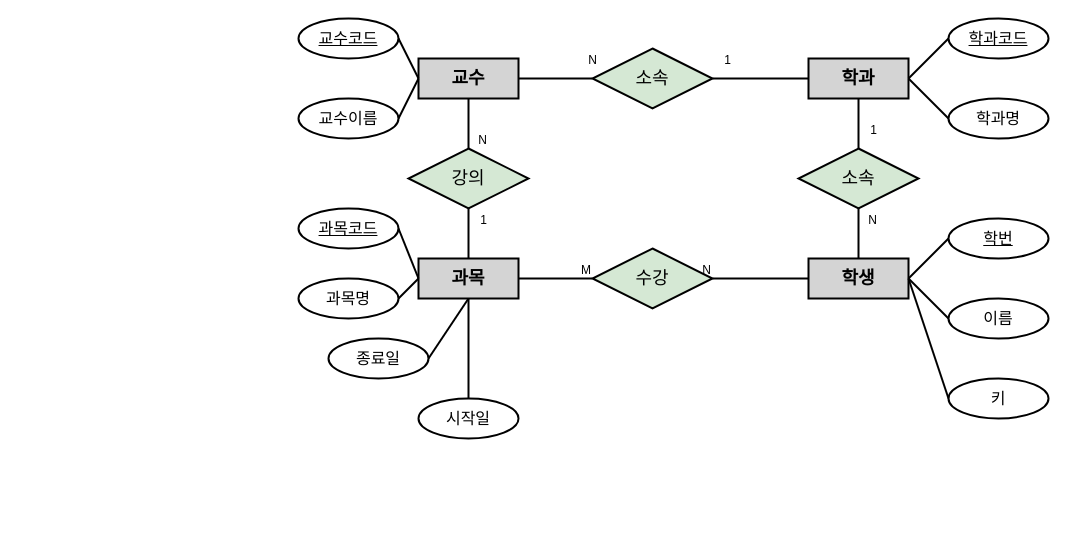
This is haksa.drawio from Sun-Rang/Study_MySQL, a draw.io file, before an edit. Source tidied: cells renumbered, new cells numbered last; positions are measured from the earlier drawing's top-left corner, leaving out a move shared by most shapes. Both pictures are drawn from the tidied source at 100%, with x=0, y=0 at pixel (298, 18).
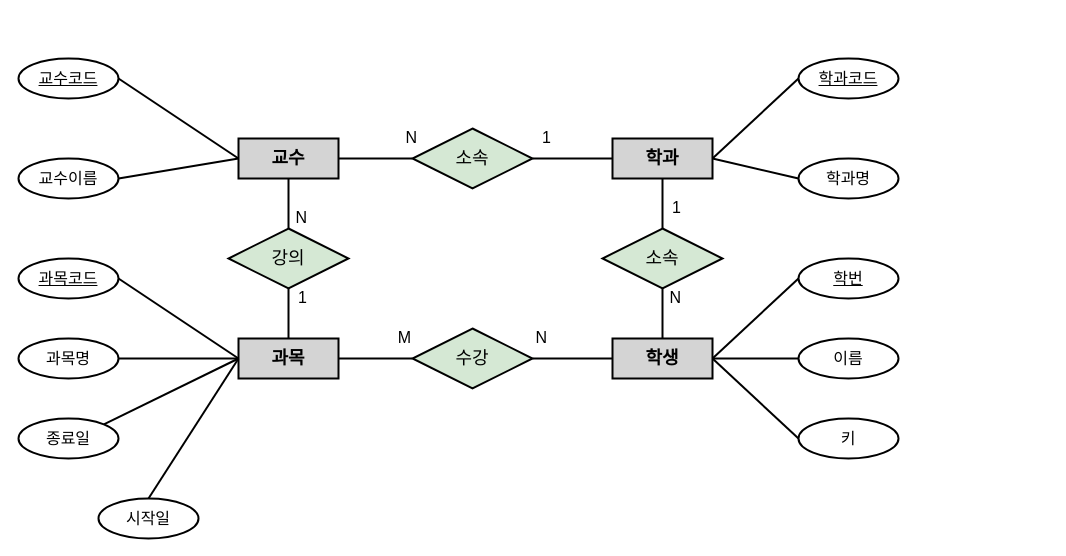
After the change.

The change refers to these unchanged cells:
```xml
<mxCell id="22" style="endArrow=none;html=1;rounded=0;exitX=1;exitY=0.5;exitDx=0;exitDy=0;entryX=0;entryY=0.5;entryDx=0;entryDy=0;strokeWidth=2;" parent="1" edge="1" source="6" target="11">
  <mxGeometry relative="1" as="geometry" />
</mxCell>
<mxCell id="24" style="endArrow=none;html=1;rounded=0;exitX=0;exitY=0.5;exitDx=0;exitDy=0;entryX=1;entryY=0.5;entryDx=0;entryDy=0;strokeWidth=2;" parent="1" edge="1" source="16" target="11">
  <mxGeometry relative="1" as="geometry" />
</mxCell>
<mxCell id="26" style="endArrow=none;html=1;rounded=0;exitX=0.5;exitY=1;exitDx=0;exitDy=0;entryX=0.5;entryY=0;entryDx=0;entryDy=0;strokeWidth=2;" parent="1" edge="1" source="2" target="5">
  <mxGeometry relative="1" as="geometry" />
</mxCell>
<mxCell id="28" style="endArrow=none;html=1;rounded=0;exitX=0.5;exitY=0;exitDx=0;exitDy=0;strokeWidth=2;" parent="1" edge="1" source="6" target="5">
  <mxGeometry relative="1" as="geometry" />
</mxCell>
<mxCell id="30" style="endArrow=none;html=1;rounded=0;entryX=0;entryY=0.5;entryDx=0;entryDy=0;exitX=1;exitY=0.5;exitDx=0;exitDy=0;strokeWidth=2;" parent="1" edge="1" source="2" target="12">
  <mxGeometry relative="1" as="geometry" />
</mxCell>
<mxCell id="32" style="endArrow=none;html=1;rounded=0;exitX=0;exitY=0.5;exitDx=0;exitDy=0;entryX=1;entryY=0.5;entryDx=0;entryDy=0;strokeWidth=2;" parent="1" edge="1" source="15" target="12">
  <mxGeometry relative="1" as="geometry" />
</mxCell>
<mxCell id="34" style="endArrow=none;html=1;rounded=0;exitX=0.5;exitY=1;exitDx=0;exitDy=0;entryX=0.5;entryY=0;entryDx=0;entryDy=0;strokeWidth=2;" parent="1" edge="1" source="15" target="14">
  <mxGeometry relative="1" as="geometry" />
</mxCell>
<mxCell id="36" style="endArrow=none;html=1;rounded=0;entryX=0.5;entryY=1;entryDx=0;entryDy=0;exitX=0.5;exitY=0;exitDx=0;exitDy=0;strokeWidth=2;" parent="1" edge="1" source="16" target="14">
  <mxGeometry relative="1" as="geometry" />
</mxCell>
```

Change to the diagram source:
```diff
@@
     <mxCell id="2" value="교수" style="whiteSpace=wrap;html=1;align=center;fontSize=18;fillColor=#D4D4D4;strokeWidth=2;fontStyle=1;" parent="1" vertex="1">
-      <mxGeometry x="120" y="40" width="100" height="40" as="geometry" />
+      <mxGeometry x="-60" y="120" width="100" height="40" as="geometry" />
     </mxCell>
     <mxCell id="3" value="교수코드" style="ellipse;whiteSpace=wrap;html=1;align=center;fontStyle=4;fontSize=16;strokeWidth=2;" parent="1" vertex="1">
-      <mxGeometry width="100" height="40" as="geometry" />
+      <mxGeometry x="-280" y="40" width="100" height="40" as="geometry" />
     </mxCell>
     <mxCell id="4" value="교수이름" style="ellipse;whiteSpace=wrap;html=1;align=center;fontSize=16;strokeWidth=2;" parent="1" vertex="1">
-      <mxGeometry y="80" width="100" height="40" as="geometry" />
+      <mxGeometry x="-280" y="140" width="100" height="40" as="geometry" />
     </mxCell>
     <mxCell id="5" value="강의" style="shape=rhombus;perimeter=rhombusPerimeter;whiteSpace=wrap;html=1;align=center;fontSize=18;fillColor=#d5e8d4;strokeColor=#000000;strokeWidth=2;" parent="1" vertex="1">
-      <mxGeometry x="110" y="130" width="120" height="60" as="geometry" />
+      <mxGeometry x="-70" y="210" width="120" height="60" as="geometry" />
     </mxCell>
     <mxCell id="6" value="과목" style="whiteSpace=wrap;html=1;align=center;fontSize=18;fillColor=#D4D4D4;strokeWidth=2;fontStyle=1;" parent="1" vertex="1">
-      <mxGeometry x="120" y="240" width="100" height="40" as="geometry" />
+      <mxGeometry x="-60" y="320" width="100" height="40" as="geometry" />
     </mxCell>
     <mxCell id="7" value="과목코드" style="ellipse;whiteSpace=wrap;html=1;align=center;fontStyle=4;fontSize=16;strokeWidth=2;" parent="1" vertex="1">
-      <mxGeometry y="190" width="100" height="40" as="geometry" />
+      <mxGeometry x="-280" y="240" width="100" height="40" as="geometry" />
     </mxCell>
     <mxCell id="8" value="과목명" style="ellipse;whiteSpace=wrap;html=1;align=center;fontSize=16;strokeWidth=2;" parent="1" vertex="1">
-      <mxGeometry y="260" width="100" height="40" as="geometry" />
+      <mxGeometry x="-280" y="320" width="100" height="40" as="geometry" />
     </mxCell>
     <mxCell id="9" value="종료일" style="ellipse;whiteSpace=wrap;html=1;align=center;fontSize=16;strokeWidth=2;" parent="1" vertex="1">
-      <mxGeometry x="30" y="320" width="100" height="40" as="geometry" />
+      <mxGeometry x="-280" y="400" width="100" height="40" as="geometry" />
     </mxCell>
     <mxCell id="10" value="시작일" style="ellipse;whiteSpace=wrap;html=1;align=center;fontSize=16;strokeWidth=2;" parent="1" vertex="1">
-      <mxGeometry x="120" y="380" width="100" height="40" as="geometry" />
+      <mxGeometry x="-200" y="480" width="100" height="40" as="geometry" />
     </mxCell>
     <mxCell id="11" value="수강" style="shape=rhombus;perimeter=rhombusPerimeter;whiteSpace=wrap;html=1;align=center;fontSize=18;fillColor=#d5e8d4;strokeColor=#000000;strokeWidth=2;" parent="1" vertex="1">
-      <mxGeometry x="294" y="230" width="120" height="60" as="geometry" />
+      <mxGeometry x="114" y="310" width="120" height="60" as="geometry" />
     </mxCell>
     <mxCell id="12" value="소속" style="shape=rhombus;perimeter=rhombusPerimeter;whiteSpace=wrap;html=1;align=center;fontSize=18;fillColor=#d5e8d4;strokeColor=#000000;strokeWidth=2;" parent="1" vertex="1">
-      <mxGeometry x="294" y="30" width="120" height="60" as="geometry" />
+      <mxGeometry x="114" y="110" width="120" height="60" as="geometry" />
     </mxCell>
-    <mxCell id="13" style="edgeStyle=orthogonalEdgeStyle;rounded=0;jettySize=auto;html=1;" parent="1" edge="1" source="14">
-      <mxGeometry relative="1" as="geometry">
-        <mxPoint x="560" y="50" as="targetPoint" />
-      </mxGeometry>
-    </mxCell>
     <mxCell id="14" value="소속" style="shape=rhombus;perimeter=rhombusPerimeter;whiteSpace=wrap;html=1;align=center;fontSize=18;fillColor=#d5e8d4;strokeColor=#000000;strokeWidth=2;" parent="1" vertex="1">
-      <mxGeometry x="500" y="130" width="120" height="60" as="geometry" />
+      <mxGeometry x="304" y="210" width="120" height="60" as="geometry" />
     </mxCell>
     <mxCell id="15" value="학과" style="whiteSpace=wrap;html=1;align=center;fontSize=18;fillColor=#D4D4D4;strokeWidth=2;fontStyle=1;" parent="1" vertex="1">
-      <mxGeometry x="510" y="40" width="100" height="40" as="geometry" />
+      <mxGeometry x="314" y="120" width="100" height="40" as="geometry" />
     </mxCell>
     <mxCell id="16" value="학생" style="whiteSpace=wrap;html=1;align=center;fontSize=18;fillColor=#D4D4D4;strokeWidth=2;fontStyle=1;" parent="1" vertex="1">
-      <mxGeometry x="510" y="240" width="100" height="40" as="geometry" />
+      <mxGeometry x="314" y="320" width="100" height="40" as="geometry" />
     </mxCell>
     <mxCell id="17" value="학과코드" style="ellipse;whiteSpace=wrap;html=1;align=center;fontStyle=4;fontSize=16;strokeWidth=2;" parent="1" vertex="1">
-      <mxGeometry x="650" width="100" height="40" as="geometry" />
+      <mxGeometry x="500" y="40" width="100" height="40" as="geometry" />
     </mxCell>
     <mxCell id="18" value="학과명" style="ellipse;whiteSpace=wrap;html=1;align=center;fontSize=16;strokeWidth=2;" parent="1" vertex="1">
-      <mxGeometry x="650" y="80" width="100" height="40" as="geometry" />
+      <mxGeometry x="500" y="140" width="100" height="40" as="geometry" />
     </mxCell>
     <mxCell id="19" value="이름" style="ellipse;whiteSpace=wrap;html=1;align=center;fontSize=16;strokeWidth=2;" parent="1" vertex="1">
-      <mxGeometry x="650" y="280" width="100" height="40" as="geometry" />
+      <mxGeometry x="500" y="320" width="100" height="40" as="geometry" />
     </mxCell>
     <mxCell id="20" value="학번" style="ellipse;whiteSpace=wrap;html=1;align=center;fontStyle=4;fontSize=16;strokeWidth=2;" parent="1" vertex="1">
-      <mxGeometry x="650" y="200" width="100" height="40" as="geometry" />
+      <mxGeometry x="500" y="240" width="100" height="40" as="geometry" />
     </mxCell>
     <mxCell id="21" value="키" style="ellipse;whiteSpace=wrap;html=1;align=center;fontSize=16;strokeWidth=2;" parent="1" vertex="1">
-      <mxGeometry x="650" y="360" width="100" height="40" as="geometry" />
+      <mxGeometry x="500" y="400" width="100" height="40" as="geometry" />
     </mxCell>
@@
-    <mxCell id="23" value="M" style="html=1;whiteSpace=wrap;align=right;verticalAlign=bottom;" parent="22" vertex="1">
-      <mxGeometry x="1" relative="1" as="geometry" />
+    <mxCell id="23" value="M" style="html=1;whiteSpace=wrap;align=right;verticalAlign=bottom;fontSize=16;" parent="22" vertex="1">
+      <mxGeometry x="1" relative="1" as="geometry">
+        <mxPoint y="-10" as="offset" />
+      </mxGeometry>
     </mxCell>
@@
-    <mxCell id="25" value="N" style="html=1;whiteSpace=wrap;align=right;verticalAlign=bottom;" parent="24" vertex="1">
-      <mxGeometry x="1" relative="1" as="geometry" />
+    <mxCell id="25" value="N" style="html=1;whiteSpace=wrap;align=right;verticalAlign=bottom;fontSize=16;" parent="24" vertex="1">
+      <mxGeometry x="1" relative="1" as="geometry">
+        <mxPoint x="16" y="-10" as="offset" />
+      </mxGeometry>
     </mxCell>
@@
-    <mxCell id="27" value="N" style="html=1;whiteSpace=wrap;align=right;verticalAlign=bottom;" parent="26" vertex="1">
+    <mxCell id="27" value="N" style="html=1;whiteSpace=wrap;align=right;verticalAlign=bottom;fontSize=16;" parent="26" vertex="1">
       <mxGeometry x="1" relative="1" as="geometry">
         <mxPoint x="20" as="offset" />
       </mxGeometry>
     </mxCell>
@@
-    <mxCell id="29" value="1" style="html=1;whiteSpace=wrap;align=right;verticalAlign=bottom;" parent="28" vertex="1">
+    <mxCell id="29" value="1" style="html=1;whiteSpace=wrap;align=right;verticalAlign=bottom;fontSize=16;" parent="28" vertex="1">
       <mxGeometry x="1" relative="1" as="geometry">
         <mxPoint x="20" y="20" as="offset" />
       </mxGeometry>
     </mxCell>
@@
-    <mxCell id="31" value="N" style="html=1;whiteSpace=wrap;align=right;verticalAlign=bottom;" parent="30" vertex="1">
+    <mxCell id="31" value="N" style="html=1;whiteSpace=wrap;align=right;verticalAlign=bottom;fontSize=16;" parent="30" vertex="1">
       <mxGeometry x="1" relative="1" as="geometry">
         <mxPoint x="6" y="-10" as="offset" />
       </mxGeometry>
     </mxCell>
@@
-    <mxCell id="33" value="1" style="html=1;whiteSpace=wrap;align=right;verticalAlign=bottom;" parent="32" vertex="1">
+    <mxCell id="33" value="1" style="html=1;whiteSpace=wrap;align=right;verticalAlign=bottom;fontSize=16;" parent="32" vertex="1">
       <mxGeometry x="1" relative="1" as="geometry">
         <mxPoint x="20" y="-10" as="offset" />
       </mxGeometry>
     </mxCell>
@@
-    <mxCell id="35" value="1" style="html=1;whiteSpace=wrap;align=right;verticalAlign=bottom;" parent="34" vertex="1">
+    <mxCell id="35" value="1" style="html=1;whiteSpace=wrap;align=right;verticalAlign=bottom;fontSize=16;" parent="34" vertex="1">
       <mxGeometry x="1" relative="1" as="geometry">
         <mxPoint x="20" y="-10" as="offset" />
       </mxGeometry>
     </mxCell>
@@
-    <mxCell id="37" value="N" style="html=1;whiteSpace=wrap;align=right;verticalAlign=bottom;" parent="36" vertex="1">
+    <mxCell id="37" value="N" style="html=1;whiteSpace=wrap;align=right;verticalAlign=bottom;fontSize=16;" parent="36" vertex="1">
       <mxGeometry x="1" relative="1" as="geometry">
         <mxPoint x="20" y="20" as="offset" />
       </mxGeometry>
     </mxCell>
@@
-    <mxCell id="40" style="endArrow=none;html=1;rounded=0;strokeWidth=2;exitX=1;exitY=0.5;exitDx=0;exitDy=0;entryX=0;entryY=0.5;entryDx=0;entryDy=0;" parent="1" edge="1" source="7">
-      <mxGeometry relative="1" as="geometry">
-        <mxPoint x="120" y="260" as="targetPoint" />
-      </mxGeometry>
+    <mxCell id="40" style="endArrow=none;html=1;rounded=0;strokeWidth=2;exitX=1;exitY=0.5;exitDx=0;exitDy=0;entryX=0;entryY=0.5;entryDx=0;entryDy=0;" parent="1" edge="1" source="7" target="6">
+      <mxGeometry relative="1" as="geometry" />
     </mxCell>
@@
-    <mxCell id="42" style="endArrow=none;html=1;rounded=0;strokeWidth=2;exitX=1;exitY=0.5;exitDx=0;exitDy=0;entryX=0.5;entryY=1;entryDx=0;entryDy=0;" parent="1" edge="1" source="9" target="6">
+    <mxCell id="42" style="endArrow=none;html=1;rounded=0;strokeWidth=2;exitX=1;exitY=0;exitDx=0;exitDy=0;entryX=0;entryY=0.5;entryDx=0;entryDy=0;" parent="1" edge="1" source="9" target="6">
       <mxGeometry relative="1" as="geometry" />
     </mxCell>
-    <mxCell id="43" style="endArrow=none;html=1;rounded=0;strokeWidth=2;exitX=0.5;exitY=0;exitDx=0;exitDy=0;entryX=0.5;entryY=1;entryDx=0;entryDy=0;" parent="1" edge="1" source="10" target="6">
+    <mxCell id="43" style="endArrow=none;html=1;rounded=0;strokeWidth=2;exitX=0.5;exitY=0;exitDx=0;exitDy=0;entryX=0;entryY=0.5;entryDx=0;entryDy=0;" parent="1" edge="1" source="10" target="6">
       <mxGeometry relative="1" as="geometry" />
     </mxCell>
```
